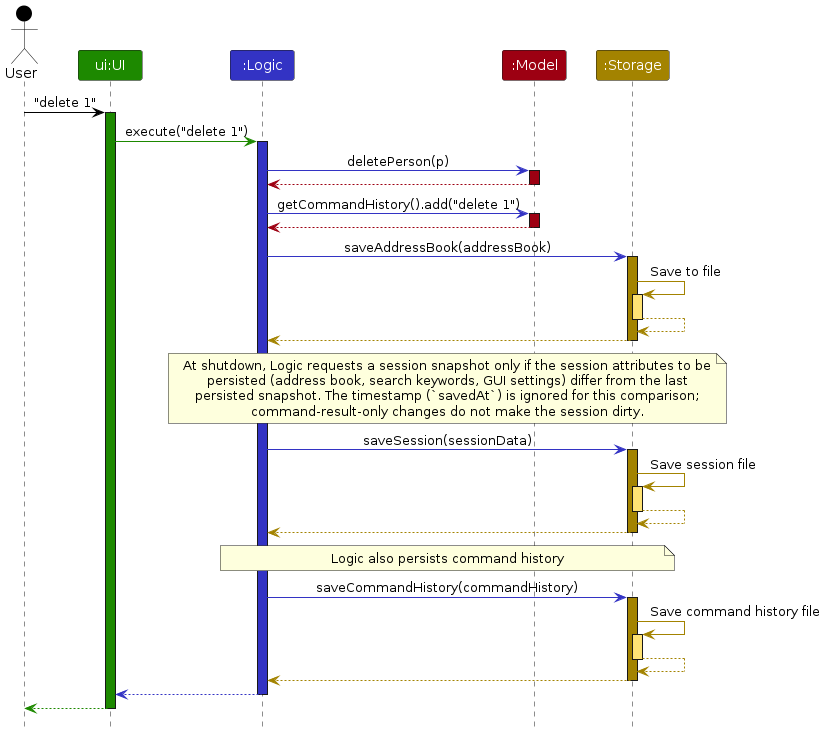
AY2526S1-CS2103T-T13-2/tp keeps this PlantUML diagram as diagrams/ArchitectureSequenceDiagram.png. Above is the earlier version. Its source is kept beside it as diagrams/ArchitectureSequenceDiagram.puml.
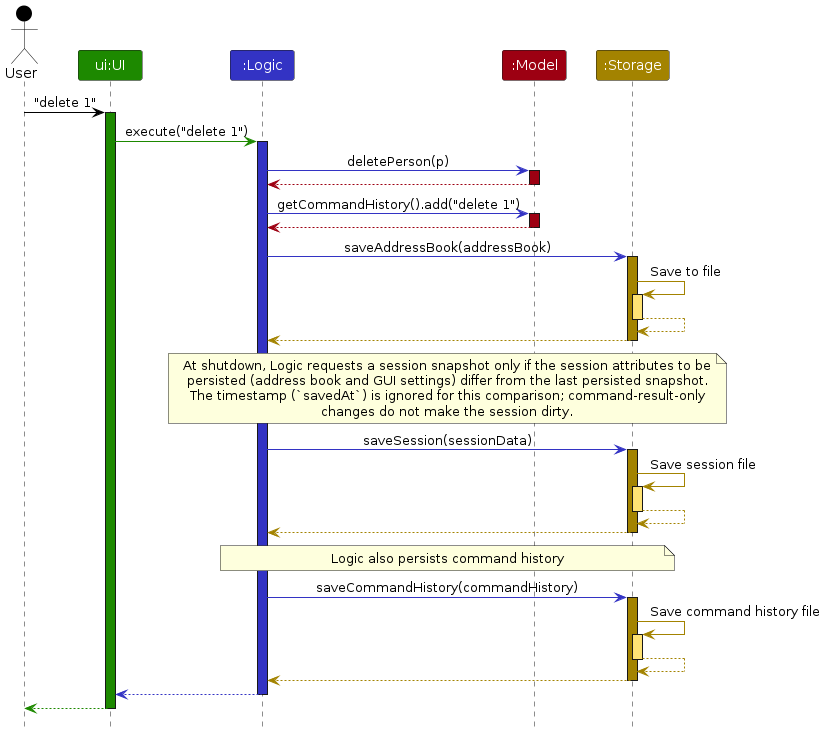
Above is the later version.

What changed in the source:
```diff
@@ -37,9 +37,9 @@
 
 note over logic,storage
 At shutdown, Logic requests a session snapshot only if the session attributes to be
-persisted (address book, search keywords, GUI settings) differ from the last
-persisted snapshot. The timestamp (`savedAt`) is ignored for this comparison;
-command-result-only changes do not make the session dirty.
+persisted (address book and GUI settings) differ from the last persisted snapshot.
+The timestamp (`savedAt`) is ignored for this comparison; command-result-only
+changes do not make the session dirty.
 end note
 
 logic -[LOGIC_COLOR]> storage : saveSession(sessionData)
```
